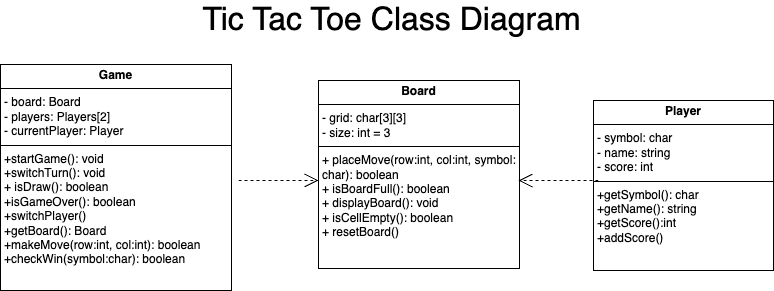
Above: TicTacToeClassDiagram.png in farshadislam/Socketed-Multigame-GUI (draw.io), before the change. Source tidied: cells renumbered, new cells last; positions are measured from the earlier drawing's top-left corner, leaving out a move shared by most shapes.
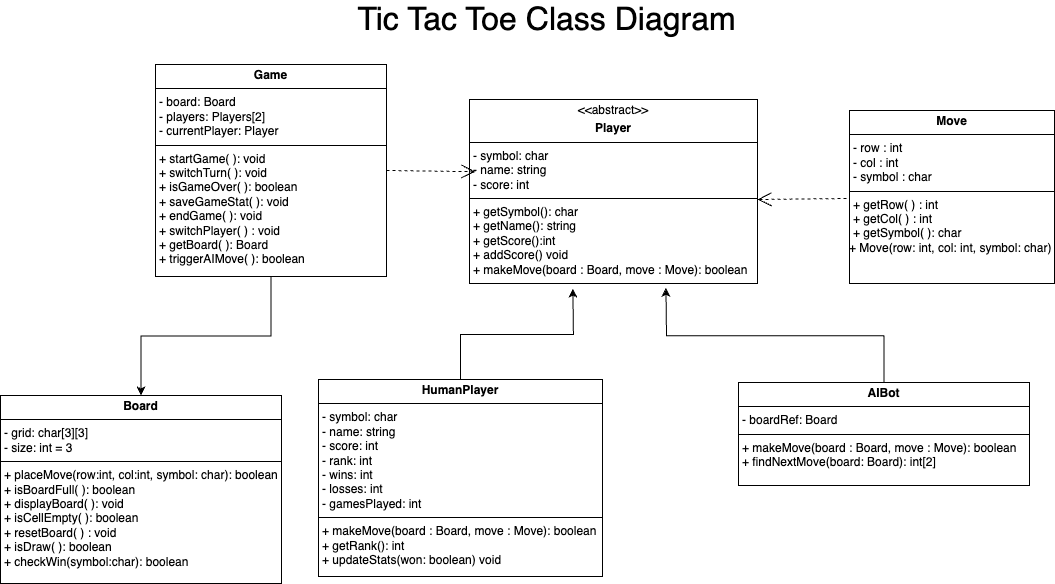
Above is the later version.

Commit message:
edited tic tac toe class diagram

Diff of the diagram source:
```diff
@@ -2,29 +2,50 @@
   <root>
     <mxCell id="0" />
     <mxCell id="1" parent="0" />
+    <mxCell id="8" style="edgeStyle=orthogonalEdgeStyle;rounded=0;jettySize=auto;html=1;" parent="1" edge="1" source="2" target="3">
+      <mxGeometry relative="1" as="geometry" />
+    </mxCell>
-    <mxCell id="2" value="&lt;p style=&quot;margin:0px;margin-top:4px;text-align:center;&quot;&gt;&lt;b&gt;Game&lt;/b&gt;&lt;/p&gt;&lt;hr size=&quot;1&quot; style=&quot;border-style:solid;&quot;&gt;&lt;p style=&quot;margin:0px;margin-left:4px;&quot;&gt;&lt;span style=&quot;background-color: transparent; color: light-dark(rgb(0, 0, 0), rgb(255, 255, 255));&quot;&gt;- board: Board&lt;/span&gt;&lt;/p&gt;&lt;p style=&quot;margin:0px;margin-left:4px;&quot;&gt;- players: Players[2]&lt;/p&gt;&lt;p style=&quot;margin:0px;margin-left:4px;&quot;&gt;- currentPlayer: Player&lt;/p&gt;&lt;hr size=&quot;1&quot; style=&quot;border-style:solid;&quot;&gt;&lt;p style=&quot;margin:0px;margin-left:4px;&quot;&gt;&lt;span style=&quot;background-color: transparent; color: light-dark(rgb(0, 0, 0), rgb(255, 255, 255));&quot;&gt;+startGame(): void&lt;/span&gt;&lt;/p&gt;&lt;p style=&quot;margin:0px;margin-left:4px;&quot;&gt;&lt;span style=&quot;background-color: transparent; color: light-dark(rgb(0, 0, 0), rgb(255, 255, 255));&quot;&gt;+switchTurn(): void&lt;/span&gt;&lt;/p&gt;&lt;p style=&quot;margin:0px;margin-left:4px;&quot;&gt;&lt;span style=&quot;background-color: transparent; color: light-dark(rgb(0, 0, 0), rgb(255, 255, 255));&quot;&gt;+ isDraw(): boolean&lt;/span&gt;&lt;/p&gt;&lt;p style=&quot;margin:0px;margin-left:4px;&quot;&gt;&lt;span style=&quot;background-color: transparent; color: light-dark(rgb(0, 0, 0), rgb(255, 255, 255));&quot;&gt;+isGameOver(): boolean&lt;/span&gt;&lt;/p&gt;&lt;p style=&quot;margin:0px;margin-left:4px;&quot;&gt;&lt;span style=&quot;background-color: transparent; color: light-dark(rgb(0, 0, 0), rgb(255, 255, 255));&quot;&gt;+switchPlayer()&lt;/span&gt;&lt;/p&gt;&lt;p style=&quot;margin:0px;margin-left:4px;&quot;&gt;&lt;span style=&quot;background-color: transparent; color: light-dark(rgb(0, 0, 0), rgb(255, 255, 255));&quot;&gt;+getBoard(): Board&lt;/span&gt;&lt;/p&gt;&lt;p style=&quot;margin:0px;margin-left:4px;&quot;&gt;+makeMove(row:int, col:int): boolean&lt;span style=&quot;background-color: transparent; color: light-dark(rgb(0, 0, 0), rgb(255, 255, 255));&quot;&gt;&lt;/span&gt;&lt;/p&gt;&lt;p style=&quot;margin: 0px 0px 0px 4px;&quot;&gt;&lt;span style=&quot;background-color: transparent; color: light-dark(rgb(0, 0, 0), rgb(255, 255, 255));&quot;&gt;+checkWin(symbol:char): boolean&lt;/span&gt;&lt;/p&gt;&lt;div&gt;&lt;span style=&quot;background-color: transparent; color: light-dark(rgb(0, 0, 0), rgb(255, 255, 255));&quot;&gt;&lt;br&gt;&lt;/span&gt;&lt;/div&gt;" style="verticalAlign=top;align=left;overflow=fill;html=1;whiteSpace=wrap;" parent="1" vertex="1">
-      <mxGeometry y="60" width="231" height="226" as="geometry" />
+    <mxCell id="2" value="&lt;p style=&quot;margin:0px;margin-top:4px;text-align:center;&quot;&gt;&lt;b&gt;Game&lt;/b&gt;&lt;/p&gt;&lt;hr size=&quot;1&quot; style=&quot;border-style:solid;&quot;&gt;&lt;p style=&quot;margin:0px;margin-left:4px;&quot;&gt;&lt;span style=&quot;background-color: transparent; color: light-dark(rgb(0, 0, 0), rgb(255, 255, 255));&quot;&gt;- board: Board&lt;/span&gt;&lt;/p&gt;&lt;p style=&quot;margin:0px;margin-left:4px;&quot;&gt;- players: Players[2]&lt;/p&gt;&lt;p style=&quot;margin:0px;margin-left:4px;&quot;&gt;- currentPlayer: Player&lt;/p&gt;&lt;hr size=&quot;1&quot; style=&quot;border-style:solid;&quot;&gt;&lt;p style=&quot;margin:0px;margin-left:4px;&quot;&gt;&lt;span style=&quot;background-color: transparent; color: light-dark(rgb(0, 0, 0), rgb(255, 255, 255));&quot;&gt;+ startGame( ): void&lt;/span&gt;&lt;/p&gt;&lt;p style=&quot;margin:0px;margin-left:4px;&quot;&gt;&lt;span style=&quot;background-color: transparent; color: light-dark(rgb(0, 0, 0), rgb(255, 255, 255));&quot;&gt;+ switchTurn( ): void&lt;/span&gt;&lt;/p&gt;&lt;p style=&quot;margin:0px;margin-left:4px;&quot;&gt;&lt;span style=&quot;background-color: transparent; color: light-dark(rgb(0, 0, 0), rgb(255, 255, 255));&quot;&gt;+ isGameOver( ): boolean&lt;/span&gt;&lt;/p&gt;&lt;p style=&quot;margin:0px;margin-left:4px;&quot;&gt;&lt;span style=&quot;background-color: transparent; color: light-dark(rgb(0, 0, 0), rgb(255, 255, 255));&quot;&gt;+ saveGameStat( ): void&lt;/span&gt;&lt;/p&gt;&lt;p style=&quot;margin:0px;margin-left:4px;&quot;&gt;&lt;span style=&quot;background-color: transparent; color: light-dark(rgb(0, 0, 0), rgb(255, 255, 255));&quot;&gt;+ endGame( ): void&lt;/span&gt;&lt;/p&gt;&lt;p style=&quot;margin:0px;margin-left:4px;&quot;&gt;&lt;span style=&quot;background-color: transparent; color: light-dark(rgb(0, 0, 0), rgb(255, 255, 255));&quot;&gt;+ switchPlayer( ) : void&lt;/span&gt;&lt;/p&gt;&lt;p style=&quot;margin:0px;margin-left:4px;&quot;&gt;&lt;span style=&quot;background-color: transparent; color: light-dark(rgb(0, 0, 0), rgb(255, 255, 255));&quot;&gt;+ getBoard( ): Board&lt;/span&gt;&lt;/p&gt;&lt;p style=&quot;margin:0px;margin-left:4px;&quot;&gt;&lt;span style=&quot;background-color: transparent; color: light-dark(rgb(0, 0, 0), rgb(255, 255, 255));&quot;&gt;+ triggerAIMove( ): boolean&lt;/span&gt;&lt;/p&gt;" style="verticalAlign=top;align=left;overflow=fill;html=1;whiteSpace=wrap;" parent="1" vertex="1">
+      <mxGeometry y="60" width="231" height="212" as="geometry" />
     </mxCell>
-    <mxCell id="3" value="&lt;p style=&quot;margin:0px;margin-top:4px;text-align:center;&quot;&gt;&lt;b&gt;Board&lt;/b&gt;&lt;/p&gt;&lt;hr size=&quot;1&quot; style=&quot;border-style:solid;&quot;&gt;&lt;p style=&quot;margin:0px;margin-left:4px;&quot;&gt;- grid: char[3][3]&lt;/p&gt;&lt;p style=&quot;margin:0px;margin-left:4px;&quot;&gt;- size: int = 3&lt;/p&gt;&lt;hr size=&quot;1&quot; style=&quot;border-style:solid;&quot;&gt;&lt;p style=&quot;margin:0px;margin-left:4px;&quot;&gt;&lt;span style=&quot;background-color: transparent; color: light-dark(rgb(0, 0, 0), rgb(255, 255, 255));&quot;&gt;+ placeMove(row:int, col:int, symbol: char): boolean&lt;/span&gt;&lt;/p&gt;&lt;p style=&quot;margin:0px;margin-left:4px;&quot;&gt;&lt;span style=&quot;background-color: transparent; color: light-dark(rgb(0, 0, 0), rgb(255, 255, 255));&quot;&gt;+ isBoardFull(): boolean&amp;nbsp;&lt;/span&gt;&lt;/p&gt;&lt;p style=&quot;margin:0px;margin-left:4px;&quot;&gt;&lt;span style=&quot;background-color: transparent; color: light-dark(rgb(0, 0, 0), rgb(255, 255, 255));&quot;&gt;+ displayBoard(): void&lt;/span&gt;&lt;/p&gt;&lt;p style=&quot;margin:0px;margin-left:4px;&quot;&gt;+ isCellEmpty(): boolean&lt;/p&gt;&lt;p style=&quot;margin:0px;margin-left:4px;&quot;&gt;+ resetBoard()&lt;/p&gt;" style="verticalAlign=top;align=left;overflow=fill;html=1;whiteSpace=wrap;" parent="1" vertex="1">
-      <mxGeometry x="318" y="76" width="201" height="188" as="geometry" />
+    <mxCell id="3" value="&lt;p style=&quot;margin:0px;margin-top:4px;text-align:center;&quot;&gt;&lt;b&gt;Board&lt;/b&gt;&lt;/p&gt;&lt;hr size=&quot;1&quot; style=&quot;border-style:solid;&quot;&gt;&lt;p style=&quot;margin:0px;margin-left:4px;&quot;&gt;- grid: char[3][3]&lt;/p&gt;&lt;p style=&quot;margin:0px;margin-left:4px;&quot;&gt;- size: int = 3&lt;/p&gt;&lt;hr size=&quot;1&quot; style=&quot;border-style:solid;&quot;&gt;&lt;p style=&quot;margin:0px;margin-left:4px;&quot;&gt;&lt;span style=&quot;background-color: transparent; color: light-dark(rgb(0, 0, 0), rgb(255, 255, 255));&quot;&gt;+ placeMove(row:int, col:int, symbol: char): boolean&lt;/span&gt;&lt;/p&gt;&lt;p style=&quot;margin:0px;margin-left:4px;&quot;&gt;&lt;span style=&quot;background-color: transparent; color: light-dark(rgb(0, 0, 0), rgb(255, 255, 255));&quot;&gt;+ isBoardFull( ): boolean&amp;nbsp;&lt;/span&gt;&lt;/p&gt;&lt;p style=&quot;margin:0px;margin-left:4px;&quot;&gt;&lt;span style=&quot;background-color: transparent; color: light-dark(rgb(0, 0, 0), rgb(255, 255, 255));&quot;&gt;+ displayBoard( ): void&lt;/span&gt;&lt;/p&gt;&lt;p style=&quot;margin:0px;margin-left:4px;&quot;&gt;+ isCellEmpty( ): boolean&lt;/p&gt;&lt;p style=&quot;margin:0px;margin-left:4px;&quot;&gt;+ resetBoard( ) : void&lt;/p&gt;&lt;p style=&quot;margin: 0px 0px 0px 4px;&quot;&gt;&lt;span style=&quot;background-color: transparent; color: light-dark(rgb(0, 0, 0), rgb(255, 255, 255));&quot;&gt;+ isDraw( ): boolean&lt;/span&gt;&lt;/p&gt;&lt;div&gt;&lt;p style=&quot;margin: 0px 0px 0px 4px;&quot;&gt;&lt;span style=&quot;background-color: transparent; color: light-dark(rgb(0, 0, 0), rgb(255, 255, 255));&quot;&gt;+ checkWin(symbol:char): boolean&lt;/span&gt;&lt;/p&gt;&lt;/div&gt;&lt;div&gt;&lt;span style=&quot;background-color: transparent; color: light-dark(rgb(0, 0, 0), rgb(255, 255, 255));&quot;&gt;&lt;br&gt;&lt;/span&gt;&lt;/div&gt;" style="verticalAlign=top;align=left;overflow=fill;html=1;whiteSpace=wrap;" parent="1" vertex="1">
+      <mxGeometry x="-155" y="391" width="281" height="188" as="geometry" />
     </mxCell>
-    <mxCell id="4" value="&lt;p style=&quot;margin:0px;margin-top:4px;text-align:center;&quot;&gt;&lt;b&gt;Player&lt;/b&gt;&lt;/p&gt;&lt;hr size=&quot;1&quot; style=&quot;border-style:solid;&quot;&gt;&lt;p style=&quot;margin:0px;margin-left:4px;&quot;&gt;&lt;span style=&quot;background-color: transparent; color: light-dark(rgb(0, 0, 0), rgb(255, 255, 255));&quot;&gt;- symbol: char&lt;/span&gt;&lt;/p&gt;&lt;p style=&quot;margin:0px;margin-left:4px;&quot;&gt;- name: string&lt;/p&gt;&lt;p style=&quot;margin:0px;margin-left:4px;&quot;&gt;- score: int&lt;/p&gt;&lt;hr size=&quot;1&quot; style=&quot;border-style:solid;&quot;&gt;&lt;p style=&quot;margin:0px;margin-left:4px;&quot;&gt;&lt;span style=&quot;background-color: transparent; color: light-dark(rgb(0, 0, 0), rgb(255, 255, 255));&quot;&gt;+getSymbol(): char&lt;/span&gt;&lt;/p&gt;&lt;p style=&quot;margin:0px;margin-left:4px;&quot;&gt;&lt;span style=&quot;background-color: transparent; color: light-dark(rgb(0, 0, 0), rgb(255, 255, 255));&quot;&gt;+getName(): string&lt;/span&gt;&lt;/p&gt;&lt;p style=&quot;margin:0px;margin-left:4px;&quot;&gt;&lt;span style=&quot;background-color: transparent; color: light-dark(rgb(0, 0, 0), rgb(255, 255, 255));&quot;&gt;+getScore():int&lt;/span&gt;&lt;/p&gt;&lt;p style=&quot;margin:0px;margin-left:4px;&quot;&gt;&lt;span style=&quot;background-color: transparent; color: light-dark(rgb(0, 0, 0), rgb(255, 255, 255));&quot;&gt;+addScore()&lt;/span&gt;&lt;/p&gt;&lt;p style=&quot;margin: 0px 0px 0px 4px;&quot;&gt;&lt;br&gt;&lt;/p&gt;" style="verticalAlign=top;align=left;overflow=fill;html=1;whiteSpace=wrap;" parent="1" vertex="1">
-      <mxGeometry x="593" y="96" width="180" height="170" as="geometry" />
+    <mxCell id="4" value="&lt;p style=&quot;margin:0px;margin-top:4px;text-align:center;&quot;&gt;&amp;lt;&amp;lt;abstract&amp;gt;&amp;gt;&lt;/p&gt;&lt;p style=&quot;margin:0px;margin-top:4px;text-align:center;&quot;&gt;&lt;b&gt;Player&lt;/b&gt;&lt;/p&gt;&lt;hr size=&quot;1&quot; style=&quot;border-style:solid;&quot;&gt;&lt;p style=&quot;margin:0px;margin-left:4px;&quot;&gt;&lt;span style=&quot;background-color: transparent; color: light-dark(rgb(0, 0, 0), rgb(255, 255, 255));&quot;&gt;- symbol: char&lt;/span&gt;&lt;/p&gt;&lt;p style=&quot;margin:0px;margin-left:4px;&quot;&gt;- name: string&lt;/p&gt;&lt;p style=&quot;margin:0px;margin-left:4px;&quot;&gt;- score: int&lt;/p&gt;&lt;hr size=&quot;1&quot; style=&quot;border-style:solid;&quot;&gt;&lt;p style=&quot;margin:0px;margin-left:4px;&quot;&gt;&lt;span style=&quot;background-color: transparent; color: light-dark(rgb(0, 0, 0), rgb(255, 255, 255));&quot;&gt;+ getSymbol(): char&lt;/span&gt;&lt;/p&gt;&lt;p style=&quot;margin:0px;margin-left:4px;&quot;&gt;&lt;span style=&quot;background-color: transparent; color: light-dark(rgb(0, 0, 0), rgb(255, 255, 255));&quot;&gt;+ getName(): string&lt;/span&gt;&lt;/p&gt;&lt;p style=&quot;margin:0px;margin-left:4px;&quot;&gt;&lt;span style=&quot;background-color: transparent; color: light-dark(rgb(0, 0, 0), rgb(255, 255, 255));&quot;&gt;+ getScore():int&lt;/span&gt;&lt;/p&gt;&lt;p style=&quot;margin:0px;margin-left:4px;&quot;&gt;&lt;span style=&quot;background-color: transparent; color: light-dark(rgb(0, 0, 0), rgb(255, 255, 255));&quot;&gt;+ addScore() void&lt;/span&gt;&lt;/p&gt;&lt;p style=&quot;margin: 0px 0px 0px 4px;&quot;&gt;+ makeMove(board : Board, move : Move): boolean&lt;/p&gt;&lt;div&gt;&lt;br&gt;&lt;/div&gt;&lt;p style=&quot;margin: 0px 0px 0px 4px;&quot;&gt;&lt;br&gt;&lt;/p&gt;" style="verticalAlign=top;align=left;overflow=fill;html=1;whiteSpace=wrap;" parent="1" vertex="1">
+      <mxGeometry x="314" y="95" width="288" height="184" as="geometry" />
     </mxCell>
-    <mxCell id="5" style="endArrow=open;endSize=12;dashed=1;html=1;rounded=0;" parent="1" edge="1">
+    <mxCell id="5" style="endArrow=open;endSize=12;dashed=1;html=1;rounded=0;exitX=1;exitY=0.5;exitDx=0;exitDy=0;" parent="1" edge="1" source="2">
       <mxGeometry relative="1" as="geometry">
-        <mxPoint x="238" y="176" as="sourcePoint" />
-        <mxPoint x="318" y="176" as="targetPoint" />
+        <mxPoint x="319.9" y="167.2" as="targetPoint" />
       </mxGeometry>
     </mxCell>
-    <mxCell id="6" style="endArrow=open;endSize=12;dashed=1;html=1;rounded=0;" parent="1" edge="1">
-      <mxGeometry relative="1" as="geometry">
-        <mxPoint x="598" y="176" as="sourcePoint" />
-        <mxPoint x="518" y="176" as="targetPoint" />
-      </mxGeometry>
-    </mxCell>
     <mxCell id="7" value="&lt;font style=&quot;font-size: 32px;&quot;&gt;Tic Tac Toe Class Diagram&lt;/font&gt;" style="text;html=1;align=center;verticalAlign=middle;whiteSpace=wrap;rounded=0;" parent="1" vertex="1">
       <mxGeometry x="158" width="467" height="30" as="geometry" />
     </mxCell>
+    <mxCell id="9" value="&lt;p style=&quot;margin:0px;margin-top:4px;text-align:center;&quot;&gt;&lt;b&gt;Move&lt;/b&gt;&lt;/p&gt;&lt;hr size=&quot;1&quot; style=&quot;border-style:solid;&quot;&gt;&lt;p style=&quot;margin:0px;margin-left:4px;&quot;&gt;&lt;span style=&quot;background-color: transparent; color: light-dark(rgb(0, 0, 0), rgb(255, 255, 255));&quot;&gt;- row : int&lt;br&gt;&lt;/span&gt;&lt;/p&gt;&lt;p style=&quot;margin:0px;margin-left:4px;&quot;&gt;&lt;span style=&quot;background-color: transparent; color: light-dark(rgb(0, 0, 0), rgb(255, 255, 255));&quot;&gt;- col : int&lt;/span&gt;&lt;/p&gt;&lt;p style=&quot;margin:0px;margin-left:4px;&quot;&gt;&lt;span style=&quot;background-color: transparent; color: light-dark(rgb(0, 0, 0), rgb(255, 255, 255));&quot;&gt;- symbol : char&lt;/span&gt;&lt;/p&gt;&lt;hr size=&quot;1&quot; style=&quot;border-style:solid;&quot;&gt;&lt;p style=&quot;margin:0px;margin-left:4px;&quot;&gt;&lt;span style=&quot;background-color: transparent; color: light-dark(rgb(0, 0, 0), rgb(255, 255, 255));&quot;&gt;+ getRow( ) : int&lt;/span&gt;&lt;/p&gt;&lt;p style=&quot;margin:0px;margin-left:4px;&quot;&gt;&lt;span style=&quot;background-color: transparent; color: light-dark(rgb(0, 0, 0), rgb(255, 255, 255));&quot;&gt;+ getCol( ) : int&lt;/span&gt;&lt;/p&gt;&lt;p style=&quot;margin:0px;margin-left:4px;&quot;&gt;&lt;span style=&quot;background-color: transparent; color: light-dark(rgb(0, 0, 0), rgb(255, 255, 255));&quot;&gt;+ getSymbol( ): char&lt;/span&gt;&lt;/p&gt;&lt;div&gt;+ Move(row: int, col: int, symbol: char)&lt;/div&gt;&lt;p style=&quot;margin: 0px 0px 0px 4px;&quot;&gt;&lt;br&gt;&lt;/p&gt;" style="verticalAlign=top;align=left;overflow=fill;html=1;whiteSpace=wrap;" parent="1" vertex="1">
+      <mxGeometry x="694" y="106" width="205" height="173" as="geometry" />
+    </mxCell>
+    <mxCell id="10" style="edgeStyle=orthogonalEdgeStyle;rounded=0;jettySize=auto;html=1;exitX=0.5;exitY=0;exitDx=0;exitDy=0;" parent="1" edge="1" source="11">
+      <mxGeometry relative="1" as="geometry">
+        <mxPoint x="417.4" y="284.1" as="targetPoint" />
+      </mxGeometry>
+    </mxCell>
+    <mxCell id="11" value="&lt;p style=&quot;margin:0px;margin-top:4px;text-align:center;&quot;&gt;&lt;b&gt;HumanPlayer&lt;/b&gt;&lt;/p&gt;&lt;hr size=&quot;1&quot; style=&quot;border-style:solid;&quot;&gt;&lt;p style=&quot;margin:0px;margin-left:4px;&quot;&gt;&lt;span style=&quot;background-color: transparent; color: light-dark(rgb(0, 0, 0), rgb(255, 255, 255));&quot;&gt;- symbol: char&lt;/span&gt;&lt;/p&gt;&lt;p style=&quot;margin:0px;margin-left:4px;&quot;&gt;- name: string&lt;/p&gt;&lt;p style=&quot;margin:0px;margin-left:4px;&quot;&gt;- score: int&lt;/p&gt;&lt;p style=&quot;margin:0px;margin-left:4px;&quot;&gt;- rank: int&lt;/p&gt;&lt;p style=&quot;margin:0px;margin-left:4px;&quot;&gt;- wins: int&lt;/p&gt;&lt;p style=&quot;margin:0px;margin-left:4px;&quot;&gt;- losses: int&lt;/p&gt;&lt;p style=&quot;margin:0px;margin-left:4px;&quot;&gt;- gamesPlayed: int&lt;/p&gt;&lt;hr size=&quot;1&quot; style=&quot;border-style:solid;&quot;&gt;&lt;p style=&quot;margin: 0px 0px 0px 4px;&quot;&gt;+ makeMove(board : Board, move : Move): boolean&lt;/p&gt;&lt;p style=&quot;margin: 0px 0px 0px 4px;&quot;&gt;&lt;span style=&quot;background-color: transparent; color: light-dark(rgb(0, 0, 0), rgb(255, 255, 255));&quot;&gt;+ getRank(): int&lt;/span&gt;&lt;/p&gt;&lt;p style=&quot;margin: 0px 0px 0px 4px;&quot;&gt;+ updateStats(won: boolean) void&lt;/p&gt;&lt;div&gt;&lt;br&gt;&lt;/div&gt;" style="verticalAlign=top;align=left;overflow=fill;html=1;whiteSpace=wrap;" parent="1" vertex="1">
+      <mxGeometry x="163" y="375" width="284" height="197" as="geometry" />
+    </mxCell>
+    <mxCell id="12" style="edgeStyle=orthogonalEdgeStyle;rounded=0;jettySize=auto;html=1;exitX=0.5;exitY=0;exitDx=0;exitDy=0;" parent="1" edge="1" source="13">
+      <mxGeometry relative="1" as="geometry">
+        <mxPoint x="510.5" y="283.3" as="targetPoint" />
+      </mxGeometry>
+    </mxCell>
+    <mxCell id="13" value="&lt;p style=&quot;margin:0px;margin-top:4px;text-align:center;&quot;&gt;&lt;b&gt;AIBot&lt;/b&gt;&lt;/p&gt;&lt;hr size=&quot;1&quot; style=&quot;border-style:solid;&quot;&gt;&lt;p style=&quot;margin:0px;margin-left:4px;&quot;&gt;&lt;span style=&quot;background-color: transparent; color: light-dark(rgb(0, 0, 0), rgb(255, 255, 255));&quot;&gt;- boardRef: Board&lt;br&gt;&lt;/span&gt;&lt;/p&gt;&lt;hr size=&quot;1&quot; style=&quot;border-style:solid;&quot;&gt;&lt;p style=&quot;margin: 0px 0px 0px 4px;&quot;&gt;+ makeMove(board : Board, move : Move): boolean&lt;/p&gt;&lt;p style=&quot;margin:0px;margin-left:4px;&quot;&gt;&lt;span style=&quot;background-color: transparent; color: light-dark(rgb(0, 0, 0), rgb(255, 255, 255));&quot;&gt;+ findNextMove(board: Board): int[2]&lt;/span&gt;&lt;/p&gt;&lt;div&gt;&amp;nbsp;&lt;/div&gt;&lt;div&gt;&lt;br&gt;&lt;/div&gt;&lt;p style=&quot;margin: 0px 0px 0px 4px;&quot;&gt;&lt;br&gt;&lt;/p&gt;" style="verticalAlign=top;align=left;overflow=fill;html=1;whiteSpace=wrap;" parent="1" vertex="1">
+      <mxGeometry x="583" y="378" width="291" height="103" as="geometry" />
+    </mxCell>
+    <mxCell id="14" style="endArrow=open;endSize=12;dashed=1;html=1;rounded=0;exitX=0.992;exitY=0.518;exitDx=0;exitDy=0;exitPerimeter=0;" parent="1" edge="1">
+      <mxGeometry relative="1" as="geometry">
+        <mxPoint x="691" y="194" as="sourcePoint" />
+        <mxPoint x="602" y="195" as="targetPoint" />
+      </mxGeometry>
+    </mxCell>
   </root>
 </mxGraphModel>
```
